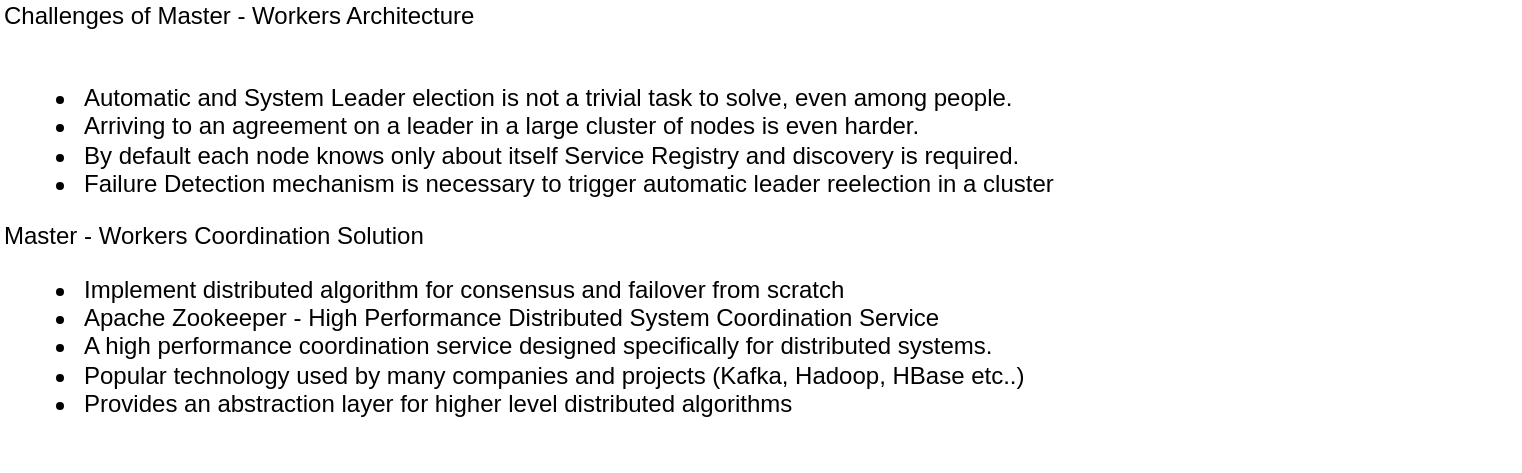
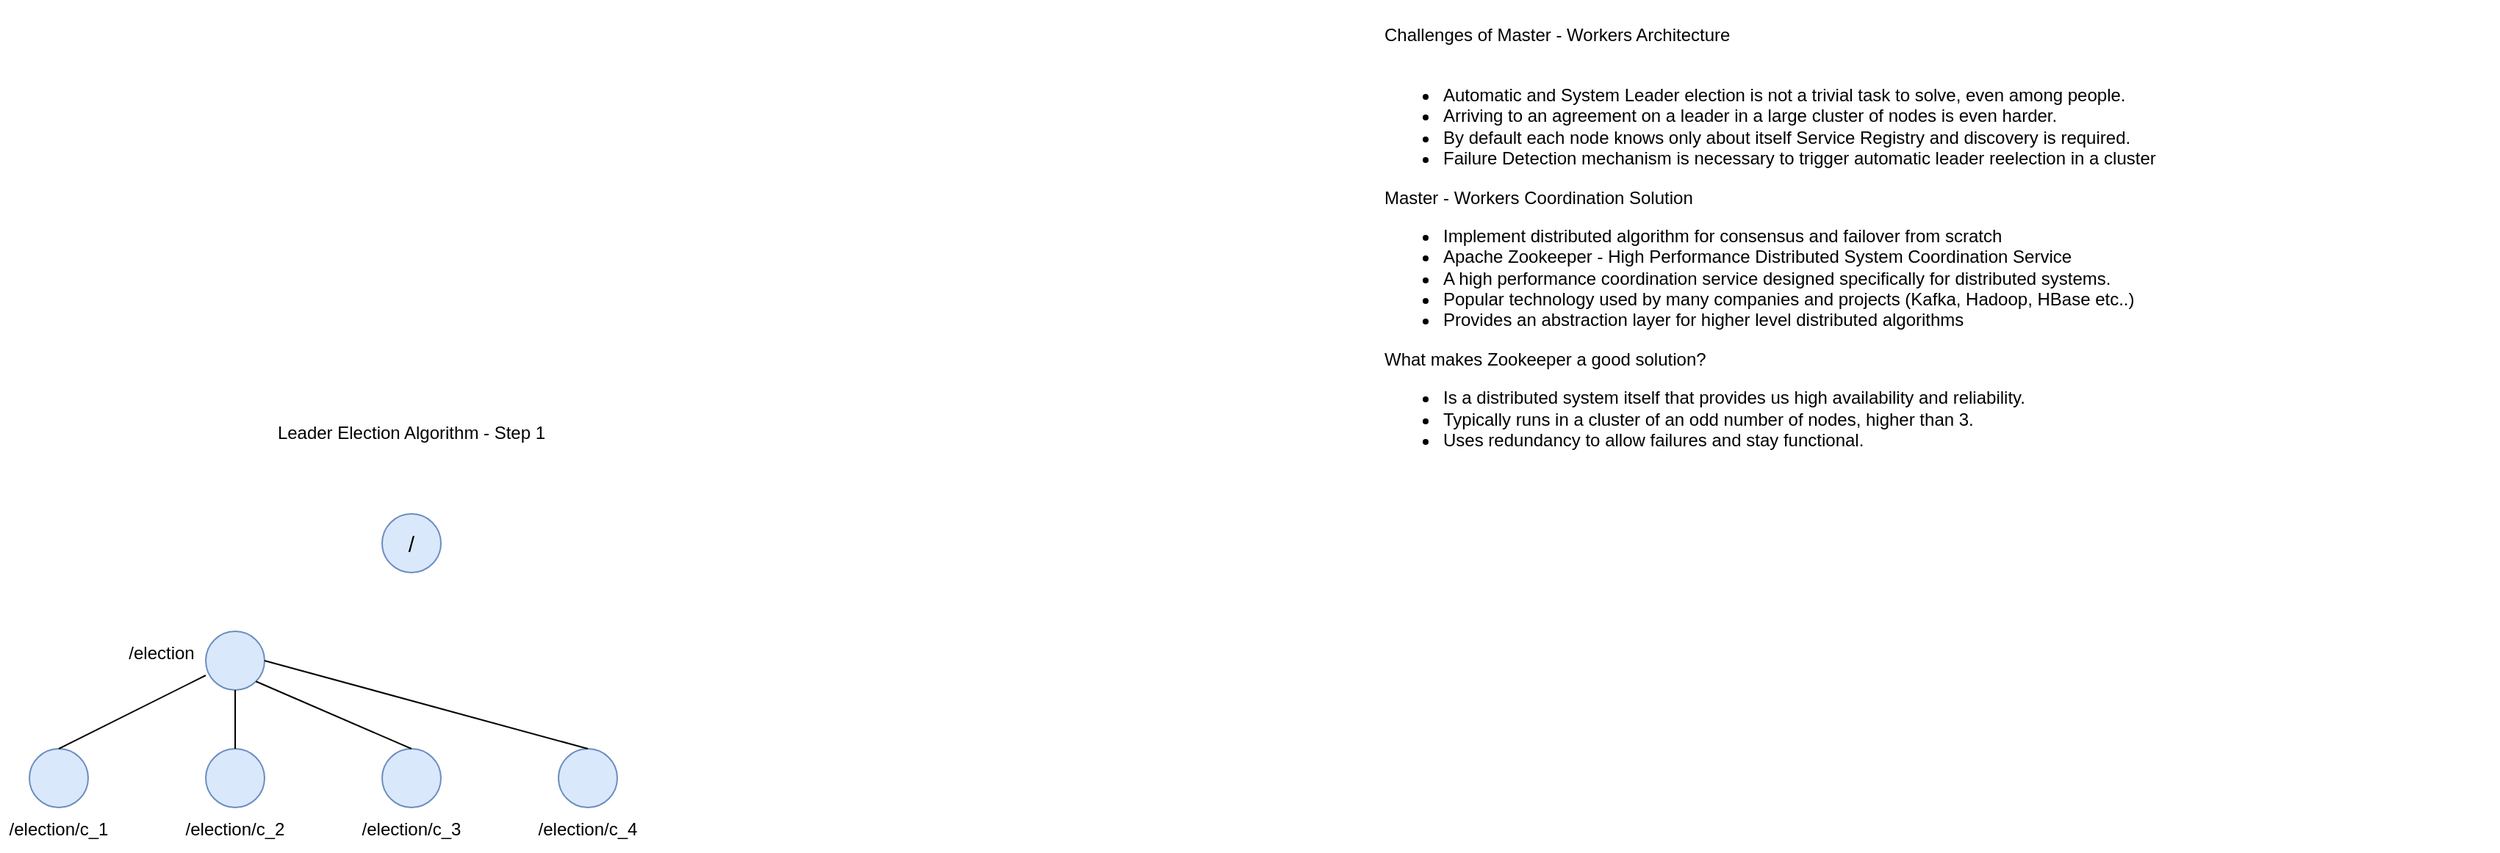
<mxfile host="app.diagrams.net">
  <diagram name="Page-1" id="tO2NQB0IofIboXUTSpVf">
-     <mxGraphModel dx="1841" dy="700" grid="1" gridSize="10" guides="1" tooltips="1" connect="1" arrows="1" fold="1" page="1" pageScale="1" pageWidth="850" pageHeight="1100" math="0" shadow="0">
+     <mxGraphModel dx="3541" dy="700" grid="1" gridSize="10" guides="1" tooltips="1" connect="1" arrows="1" fold="1" page="1" pageScale="1" pageWidth="850" pageHeight="1100" math="0" shadow="0">
      <root>
        <mxCell id="0" />
        <mxCell id="1" parent="0" />
-         <mxCell id="MGsdMgP7l0InPqgAwvWF-1" parent="1" style="text;html=1;whiteSpace=wrap;strokeColor=none;fillColor=none;align=left;verticalAlign=middle;rounded=0;" value="&lt;div&gt;Challenges of Master - Workers Architecture&lt;/div&gt;&lt;div&gt;&lt;br&gt;&lt;/div&gt;&lt;div&gt;&lt;ul&gt;&lt;li&gt;Automatic and System Leader election is not a trivial task to solve, even among people.&lt;/li&gt;&lt;li&gt;Arriving to an agreement on a leader in a large cluster of nodes is even harder.&lt;/li&gt;&lt;li&gt;By default each node knows only about itself Service Registry and discovery is required.&lt;/li&gt;&lt;li&gt;Failure Detection mechanism is necessary to trigger automatic leader reelection in a cluster&lt;/li&gt;&lt;/ul&gt;&lt;div&gt;Master - Workers Coordination Solution&lt;/div&gt;&lt;div&gt;&lt;ul&gt;&lt;li&gt;Implement distributed algorithm for consensus and failover from scratch&lt;/li&gt;&lt;li&gt;Apache Zookeeper - High Performance Distributed System Coordination Service&amp;nbsp;&lt;/li&gt;&lt;li&gt;A high performance coordination service designed specifically for distributed systems.&lt;/li&gt;&lt;li&gt;Popular technology used by many companies and projects (Kafka, Hadoop, HBase etc..)&lt;/li&gt;&lt;li&gt;Provides an abstraction layer for higher level distributed algorithms&lt;/li&gt;&lt;/ul&gt;&lt;/div&gt;&lt;/div&gt;&lt;div&gt;&lt;br&gt;&lt;/div&gt;" vertex="1">
-           <mxGeometry height="230" width="760" x="40" y="50" as="geometry" />
+         <mxCell id="MGsdMgP7l0InPqgAwvWF-1" parent="1" style="text;html=1;whiteSpace=wrap;strokeColor=none;fillColor=none;align=left;verticalAlign=middle;rounded=0;" value="&lt;div&gt;Challenges of Master - Workers Architecture&lt;/div&gt;&lt;div&gt;&lt;br&gt;&lt;/div&gt;&lt;div&gt;&lt;ul&gt;&lt;li&gt;Automatic and System Leader election is not a trivial task to solve, even among people.&lt;/li&gt;&lt;li&gt;Arriving to an agreement on a leader in a large cluster of nodes is even harder.&lt;/li&gt;&lt;li&gt;By default each node knows only about itself Service Registry and discovery is required.&lt;/li&gt;&lt;li&gt;Failure Detection mechanism is necessary to trigger automatic leader reelection in a cluster&lt;/li&gt;&lt;/ul&gt;&lt;div&gt;Master - Workers Coordination Solution&lt;/div&gt;&lt;div&gt;&lt;ul&gt;&lt;li&gt;Implement distributed algorithm for consensus and failover from scratch&lt;/li&gt;&lt;li&gt;Apache Zookeeper - High Performance Distributed System Coordination Service&amp;nbsp;&lt;/li&gt;&lt;li&gt;A high performance coordination service designed specifically for distributed systems.&lt;/li&gt;&lt;li&gt;Popular technology used by many companies and projects (Kafka, Hadoop, HBase etc..)&lt;/li&gt;&lt;li&gt;Provides an abstraction layer for higher level distributed algorithms&lt;/li&gt;&lt;/ul&gt;&lt;div&gt;What makes Zookeeper a good solution?&lt;/div&gt;&lt;div&gt;&lt;ul&gt;&lt;li&gt;Is a distributed system itself that provides us high availability and reliability.&lt;/li&gt;&lt;li&gt;Typically runs in a cluster of an odd number of nodes, higher than 3.&lt;/li&gt;&lt;li&gt;Uses redundancy to allow failures and stay functional.&lt;/li&gt;&lt;/ul&gt;&lt;/div&gt;&lt;/div&gt;&lt;/div&gt;&lt;div&gt;&lt;br&gt;&lt;/div&gt;" vertex="1">
+           <mxGeometry height="350" width="760" x="40" y="50" as="geometry" />
+         </mxCell>
+         <mxCell id="MGsdMgP7l0InPqgAwvWF-2" parent="1" style="ellipse;whiteSpace=wrap;html=1;fillColor=#dae8fc;strokeColor=#6c8ebf;fontSize=15;" value="/" vertex="1">
+           <mxGeometry height="40" width="40" x="-640" y="400" as="geometry" />
+         </mxCell>
+         <mxCell id="MGsdMgP7l0InPqgAwvWF-3" parent="1" style="text;html=1;whiteSpace=wrap;strokeColor=none;fillColor=none;align=center;verticalAlign=middle;rounded=0;" value="Leader Election Algorithm - Step 1" vertex="1">
+           <mxGeometry height="30" width="360" x="-800" y="330" as="geometry" />
+         </mxCell>
+         <mxCell id="MGsdMgP7l0InPqgAwvWF-5" parent="1" style="ellipse;whiteSpace=wrap;html=1;fillColor=#dae8fc;strokeColor=#6c8ebf;" value="" vertex="1">
+           <mxGeometry height="40" width="40" x="-760" y="480" as="geometry" />
+         </mxCell>
+         <mxCell id="MGsdMgP7l0InPqgAwvWF-8" parent="1" style="text;html=1;whiteSpace=wrap;strokeColor=none;fillColor=none;align=center;verticalAlign=middle;rounded=0;" value="/election" vertex="1">
+           <mxGeometry height="30" width="60" x="-820" y="480" as="geometry" />
+         </mxCell>
+         <mxCell id="MGsdMgP7l0InPqgAwvWF-9" parent="1" style="ellipse;whiteSpace=wrap;html=1;fillColor=#dae8fc;strokeColor=#6c8ebf;" value="" vertex="1">
+           <mxGeometry height="40" width="40" x="-880" y="560" as="geometry" />
+         </mxCell>
+         <mxCell id="MGsdMgP7l0InPqgAwvWF-10" parent="1" style="ellipse;whiteSpace=wrap;html=1;fillColor=#dae8fc;strokeColor=#6c8ebf;" value="" vertex="1">
+           <mxGeometry height="40" width="40" x="-760" y="560" as="geometry" />
+         </mxCell>
+         <mxCell id="MGsdMgP7l0InPqgAwvWF-11" parent="1" style="ellipse;whiteSpace=wrap;html=1;fillColor=#dae8fc;strokeColor=#6c8ebf;" value="" vertex="1">
+           <mxGeometry height="40" width="40" x="-640" y="560" as="geometry" />
+         </mxCell>
+         <mxCell id="MGsdMgP7l0InPqgAwvWF-12" parent="1" style="ellipse;whiteSpace=wrap;html=1;fillColor=#dae8fc;strokeColor=#6c8ebf;" value="" vertex="1">
+           <mxGeometry height="40" width="40" x="-520" y="560" as="geometry" />
+         </mxCell>
+         <mxCell id="MGsdMgP7l0InPqgAwvWF-13" edge="1" parent="1" source="MGsdMgP7l0InPqgAwvWF-9" style="endArrow=none;html=1;rounded=0;exitX=0.5;exitY=0;exitDx=0;exitDy=0;" value="">
+           <mxGeometry height="50" relative="1" width="50" as="geometry">
+             <mxPoint x="-810" y="560" as="sourcePoint" />
+             <mxPoint x="-760" y="510" as="targetPoint" />
+           </mxGeometry>
+         </mxCell>
+         <mxCell id="MGsdMgP7l0InPqgAwvWF-14" edge="1" parent="1" source="MGsdMgP7l0InPqgAwvWF-10" style="endArrow=none;html=1;rounded=0;exitX=0.5;exitY=0;exitDx=0;exitDy=0;entryX=0.5;entryY=1;entryDx=0;entryDy=0;" target="MGsdMgP7l0InPqgAwvWF-5" value="">
+           <mxGeometry height="50" relative="1" width="50" as="geometry">
+             <mxPoint x="-790" y="570" as="sourcePoint" />
+             <mxPoint x="-740" y="520" as="targetPoint" />
+           </mxGeometry>
+         </mxCell>
+         <mxCell id="MGsdMgP7l0InPqgAwvWF-15" edge="1" parent="1" source="MGsdMgP7l0InPqgAwvWF-11" style="endArrow=none;html=1;rounded=0;entryX=1;entryY=1;entryDx=0;entryDy=0;exitX=0.5;exitY=0;exitDx=0;exitDy=0;" target="MGsdMgP7l0InPqgAwvWF-5" value="">
+           <mxGeometry height="50" relative="1" width="50" as="geometry">
+             <mxPoint x="-700" y="560" as="sourcePoint" />
+             <mxPoint x="-650" y="510" as="targetPoint" />
+           </mxGeometry>
+         </mxCell>
+         <mxCell id="MGsdMgP7l0InPqgAwvWF-16" edge="1" parent="1" source="MGsdMgP7l0InPqgAwvWF-12" style="endArrow=none;html=1;rounded=0;entryX=1;entryY=0.5;entryDx=0;entryDy=0;exitX=0.5;exitY=0;exitDx=0;exitDy=0;" target="MGsdMgP7l0InPqgAwvWF-5" value="">
+           <mxGeometry height="50" relative="1" width="50" as="geometry">
+             <mxPoint x="-610" y="560" as="sourcePoint" />
+             <mxPoint x="-560" y="510" as="targetPoint" />
+           </mxGeometry>
+         </mxCell>
+         <mxCell id="MGsdMgP7l0InPqgAwvWF-17" parent="1" style="text;html=1;whiteSpace=wrap;strokeColor=none;fillColor=none;align=center;verticalAlign=middle;rounded=0;" value="/election/c_1" vertex="1">
+           <mxGeometry height="30" width="80" x="-900" y="600" as="geometry" />
+         </mxCell>
+         <mxCell id="MGsdMgP7l0InPqgAwvWF-18" parent="1" style="text;html=1;whiteSpace=wrap;strokeColor=none;fillColor=none;align=center;verticalAlign=middle;rounded=0;" value="/election/c_2" vertex="1">
+           <mxGeometry height="30" width="80" x="-780" y="600" as="geometry" />
+         </mxCell>
+         <mxCell id="MGsdMgP7l0InPqgAwvWF-19" parent="1" style="text;html=1;whiteSpace=wrap;strokeColor=none;fillColor=none;align=center;verticalAlign=middle;rounded=0;" value="/election/c_3" vertex="1">
+           <mxGeometry height="30" width="80" x="-660" y="600" as="geometry" />
+         </mxCell>
+         <mxCell id="MGsdMgP7l0InPqgAwvWF-20" parent="1" style="text;html=1;whiteSpace=wrap;strokeColor=none;fillColor=none;align=center;verticalAlign=middle;rounded=0;" value="/election/c_4" vertex="1">
+           <mxGeometry height="30" width="80" x="-540" y="600" as="geometry" />
        </mxCell>
      </root>
    </mxGraphModel>
  </diagram>
</mxfile>
